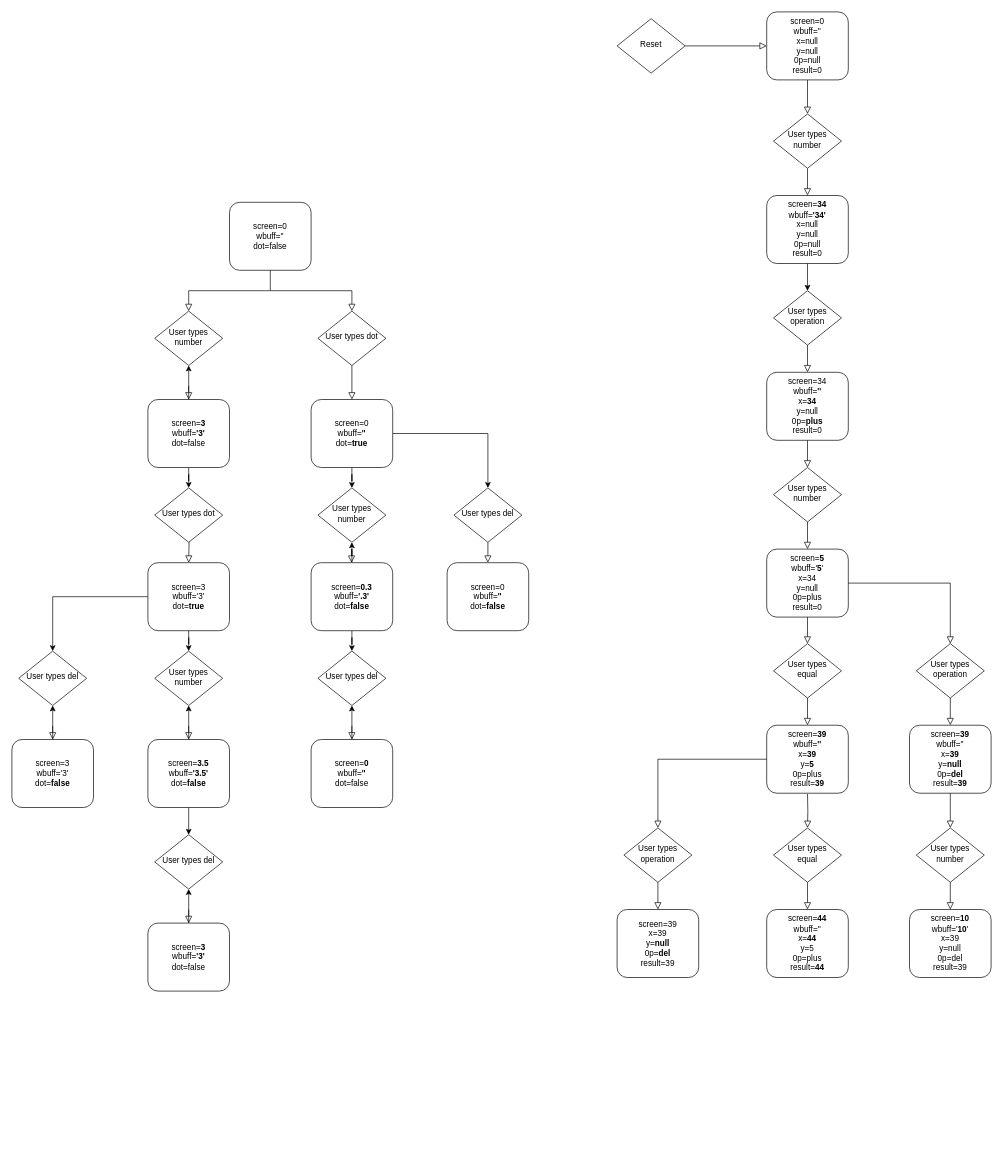
Above: calc.drawio in hector1234567/calculator-app (draw.io), before the change. Source tidied: cells renumbered, new cells numbered last; positions are measured from the earlier drawing's top-left corner, leaving out a move shared by most shapes. Both pictures are drawn from the tidied source at 68%, with x=0, y=0 at pixel (12, 12).
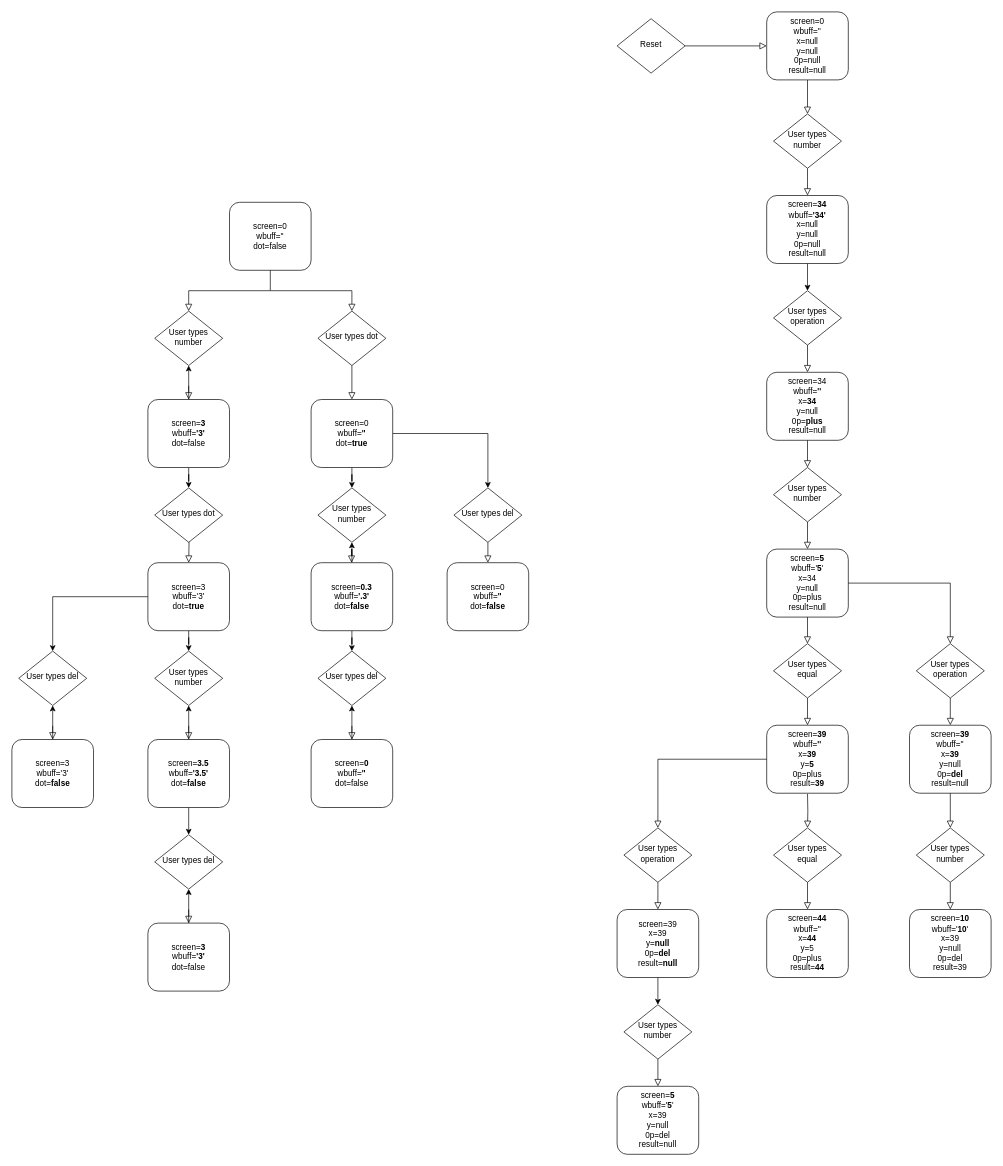
Above is the later version.

Diff of the diagram source:
```diff
@@
-    <mxCell id="3" value="screen=0&lt;br&gt;wbuff=''&lt;br&gt;x=null&lt;br&gt;y=null&lt;br&gt;0p=null&lt;br&gt;result=0" style="rounded=1;whiteSpace=wrap;html=1;fontSize=12;glass=0;strokeWidth=1;shadow=0;" parent="1" vertex="1">
+    <mxCell id="3" value="screen=0&lt;br&gt;wbuff=''&lt;br&gt;x=null&lt;br&gt;y=null&lt;br&gt;0p=null&lt;br&gt;result=null" style="rounded=1;whiteSpace=wrap;html=1;fontSize=12;glass=0;strokeWidth=1;shadow=0;" parent="1" vertex="1">
       <mxGeometry x="1110" width="120" height="100" as="geometry" />
     </mxCell>
@@
-    <mxCell id="7" value="screen=&lt;b&gt;34&lt;br&gt;&lt;/b&gt;wbuff=&lt;b&gt;'34'&lt;/b&gt;&lt;br&gt;x=null&lt;br&gt;y=null&lt;br&gt;0p=null&lt;br&gt;result=0" style="rounded=1;whiteSpace=wrap;html=1;fontSize=12;glass=0;strokeWidth=1;shadow=0;" parent="1" vertex="1">
+    <mxCell id="7" value="screen=&lt;b&gt;34&lt;br&gt;&lt;/b&gt;wbuff=&lt;b&gt;'34'&lt;/b&gt;&lt;br&gt;x=null&lt;br&gt;y=null&lt;br&gt;0p=null&lt;br&gt;result=null" style="rounded=1;whiteSpace=wrap;html=1;fontSize=12;glass=0;strokeWidth=1;shadow=0;" parent="1" vertex="1">
       <mxGeometry x="1110" y="270" width="120" height="100" as="geometry" />
     </mxCell>
-    <mxCell id="8" value="screen=34&lt;br&gt;wbuff=&lt;b&gt;''&lt;/b&gt;&lt;br&gt;x=&lt;b&gt;34&lt;/b&gt;&lt;br&gt;y=null&lt;br&gt;0p=&lt;b&gt;plus&lt;/b&gt;&lt;br&gt;result=0" style="rounded=1;whiteSpace=wrap;html=1;fontSize=12;glass=0;strokeWidth=1;shadow=0;" parent="1" vertex="1">
+    <mxCell id="8" value="screen=34&lt;br&gt;wbuff=&lt;b&gt;''&lt;/b&gt;&lt;br&gt;x=&lt;b&gt;34&lt;/b&gt;&lt;br&gt;y=null&lt;br&gt;0p=&lt;b&gt;plus&lt;/b&gt;&lt;br&gt;result=null" style="rounded=1;whiteSpace=wrap;html=1;fontSize=12;glass=0;strokeWidth=1;shadow=0;" parent="1" vertex="1">
       <mxGeometry x="1110" y="530" width="120" height="100" as="geometry" />
     </mxCell>
@@
-    <mxCell id="11" value="screen=&lt;b&gt;5&lt;br&gt;&lt;/b&gt;wbuff='&lt;b&gt;5&lt;/b&gt;'&lt;br&gt;x=34&lt;br&gt;y=null&lt;br&gt;0p=plus&lt;br&gt;result=0" style="rounded=1;whiteSpace=wrap;html=1;fontSize=12;glass=0;strokeWidth=1;shadow=0;" parent="1" vertex="1">
+    <mxCell id="11" value="screen=&lt;b&gt;5&lt;br&gt;&lt;/b&gt;wbuff='&lt;b&gt;5&lt;/b&gt;'&lt;br&gt;x=34&lt;br&gt;y=null&lt;br&gt;0p=plus&lt;br&gt;result=null" style="rounded=1;whiteSpace=wrap;html=1;fontSize=12;glass=0;strokeWidth=1;shadow=0;" parent="1" vertex="1">
       <mxGeometry x="1110" y="790" width="120" height="100" as="geometry" />
     </mxCell>
@@
-    <mxCell id="23" value="screen=&lt;b&gt;39&lt;br&gt;&lt;/b&gt;wbuff=''&lt;br&gt;x=&lt;b&gt;39&lt;/b&gt;&lt;br&gt;y=&lt;b&gt;null&lt;/b&gt;&lt;br&gt;0p=&lt;b&gt;del&lt;/b&gt;&lt;br&gt;result=&lt;b&gt;39&lt;/b&gt;" style="rounded=1;whiteSpace=wrap;html=1;fontSize=12;glass=0;strokeWidth=1;shadow=0;" parent="1" vertex="1">
+    <mxCell id="23" value="screen=&lt;b&gt;39&lt;br&gt;&lt;/b&gt;wbuff=''&lt;br&gt;x=&lt;b&gt;39&lt;/b&gt;&lt;br&gt;y=null&lt;br&gt;0p=&lt;b&gt;del&lt;/b&gt;&lt;br&gt;result=null" style="rounded=1;whiteSpace=wrap;html=1;fontSize=12;glass=0;strokeWidth=1;shadow=0;" parent="1" vertex="1">
       <mxGeometry x="1320" y="1049" width="120" height="100" as="geometry" />
     </mxCell>
@@
+    <mxCell id="80" style="edgeStyle=orthogonalEdgeStyle;rounded=0;jettySize=auto;html=1;" parent="1" edge="1" source="31" target="82">
+      <mxGeometry relative="1" as="geometry" />
+    </mxCell>
-    <mxCell id="31" value="screen=39&lt;br&gt;x=39&lt;br&gt;y=&lt;b&gt;null&lt;/b&gt;&lt;br&gt;0p=&lt;b&gt;del&lt;/b&gt;&lt;br&gt;result=39" style="rounded=1;whiteSpace=wrap;html=1;fontSize=12;glass=0;strokeWidth=1;shadow=0;" parent="1" vertex="1">
+    <mxCell id="31" value="screen=39&lt;br&gt;x=39&lt;br&gt;y=&lt;b&gt;null&lt;/b&gt;&lt;br&gt;0p=&lt;b&gt;del&lt;/b&gt;&lt;br&gt;result=&lt;b&gt;null&lt;/b&gt;" style="rounded=1;whiteSpace=wrap;html=1;fontSize=12;glass=0;strokeWidth=1;shadow=0;" parent="1" vertex="1">
       <mxGeometry x="890" y="1320" width="120" height="100" as="geometry" />
     </mxCell>
@@
+    <mxCell id="81" value="screen=&lt;b&gt;5&lt;br&gt;&lt;/b&gt;wbuff='&lt;b&gt;5&lt;/b&gt;'&lt;br&gt;x=39&lt;br&gt;y=null&lt;br&gt;0p=del&lt;br&gt;result=null" style="rounded=1;whiteSpace=wrap;html=1;fontSize=12;glass=0;strokeWidth=1;shadow=0;" parent="1" vertex="1">
+      <mxGeometry x="890" y="1580" width="120" height="100" as="geometry" />
+    </mxCell>
+    <mxCell id="82" value="User types number" style="rhombus;whiteSpace=wrap;html=1;shadow=0;fontFamily=Helvetica;fontSize=12;align=center;strokeWidth=1;spacing=6;spacingTop=-4;" parent="1" vertex="1">
+      <mxGeometry x="900" y="1460" width="100" height="80" as="geometry" />
+    </mxCell>
+    <mxCell id="83" style="rounded=0;html=1;jettySize=auto;fontSize=11;endArrow=block;endFill=0;endSize=8;strokeWidth=1;shadow=0;labelBackgroundColor=none;edgeStyle=orthogonalEdgeStyle;exitX=0.5;exitY=1;exitDx=0;exitDy=0;entryX=0.5;entryY=0;entryDx=0;entryDy=0;" parent="1" edge="1" source="82" target="81">
+      <mxGeometry y="20" relative="1" as="geometry" />
+    </mxCell>
```
